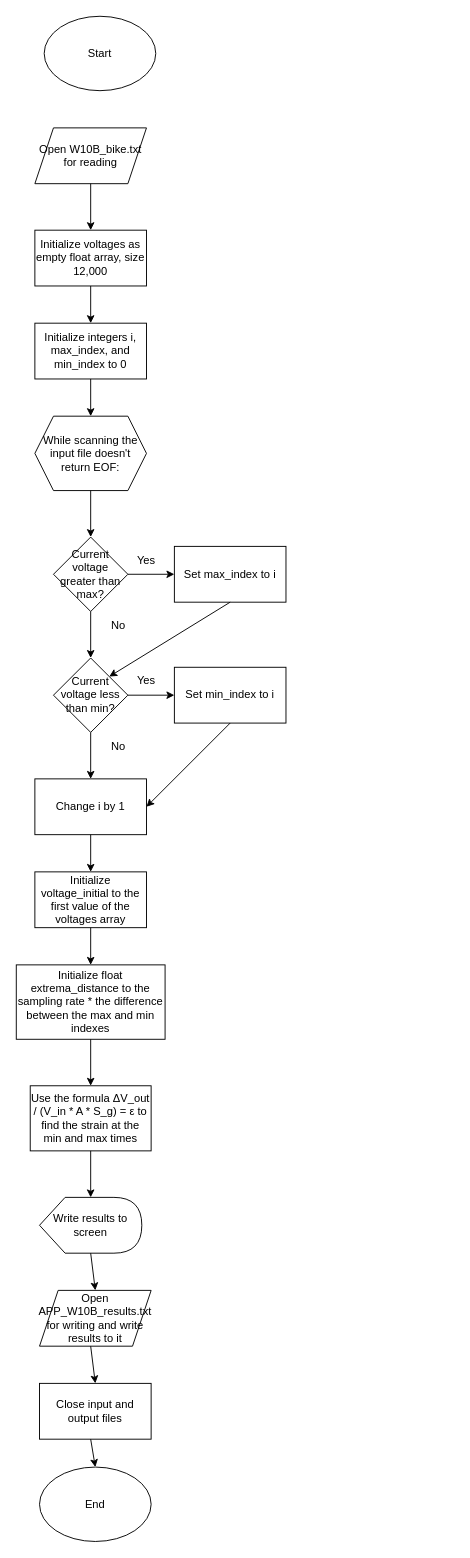
This is APP10-3.drawio from uthw/feh, a draw.io file, before an edit. Source tidied: cells renumbered, new cells numbered last; positions are measured from the earlier drawing's top-left corner, leaving out a move shared by most shapes. Both pictures are drawn from the tidied source at 93%, with x=0, y=0 at pixel (16, 16).
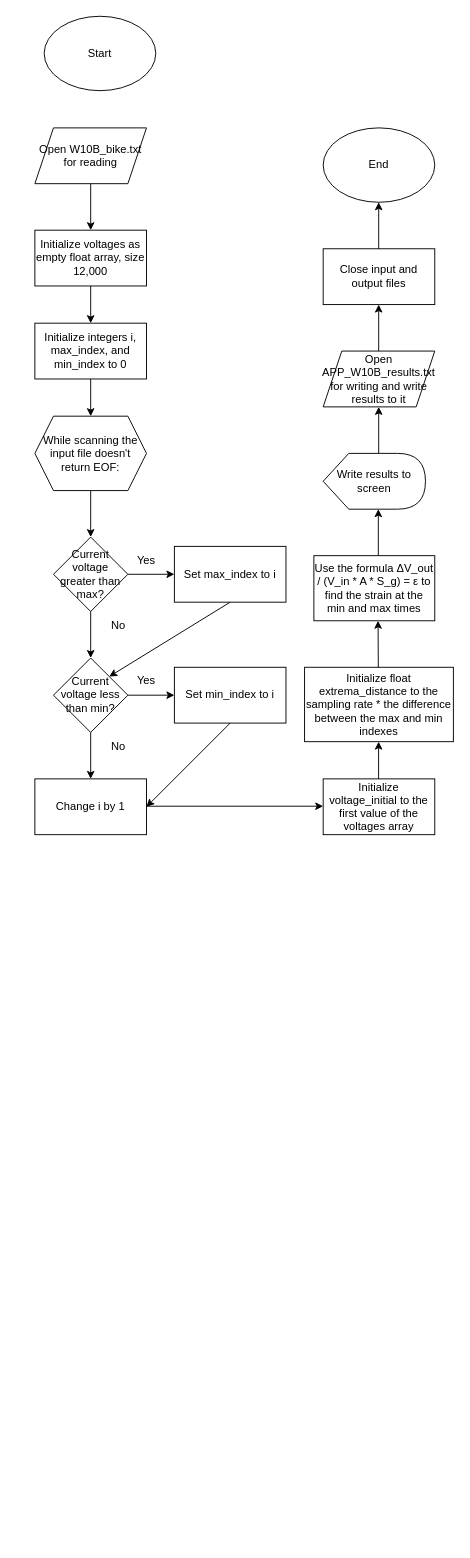
After the change.

The edit, as a diff of the source:
```diff
@@
+    <mxCell id="28" style="endArrow=classic;html=1;rounded=0;" parent="1" edge="1">
+      <mxGeometry relative="1" as="geometry">
+        <mxPoint x="140" y="849.4" as="sourcePoint" />
+        <mxPoint x="330" y="849.4" as="targetPoint" />
+      </mxGeometry>
+    </mxCell>
     <mxCell id="26" value="Initialize voltage_initial to the first value of the voltages array" style="rounded=0;whiteSpace=wrap;html=1;" parent="1" vertex="1">
-      <mxGeometry x="20" y="920" width="120" height="60" as="geometry" />
+      <mxGeometry x="330" y="820" width="120" height="60" as="geometry" />
     </mxCell>
     <mxCell id="27" value="Initialize float extrema_distance to the sampling rate * the difference between the max and min indexes" style="rounded=0;whiteSpace=wrap;html=1;" parent="1" vertex="1">
-      <mxGeometry y="1020" width="160" height="80" as="geometry" />
+      <mxGeometry x="310" y="700" width="160" height="80" as="geometry" />
     </mxCell>
-    <mxCell id="28" style="endArrow=classic;html=1;rounded=0;entryX=0.5;entryY=0;entryDx=0;entryDy=0;" parent="1" edge="1" target="26">
-      <mxGeometry relative="1" as="geometry">
-        <mxPoint x="80" y="880" as="sourcePoint" />
-      </mxGeometry>
-    </mxCell>
-    <mxCell id="29" style="endArrow=classic;html=1;rounded=0;" parent="1" edge="1" target="27">
-      <mxGeometry relative="1" as="geometry">
-        <mxPoint x="80" y="980" as="sourcePoint" />
-      </mxGeometry>
-    </mxCell>
-    <mxCell id="30" style="endArrow=classic;html=1;rounded=0;" parent="1" edge="1">
-      <mxGeometry relative="1" as="geometry">
-        <mxPoint x="80" y="1100" as="sourcePoint" />
-        <mxPoint x="80" y="1150" as="targetPoint" />
-      </mxGeometry>
-    </mxCell>
+    <mxCell id="40" style="endArrow=classic;html=1;rounded=0;" parent="1" edge="1">
+      <mxGeometry relative="1" as="geometry">
+        <mxPoint x="389.6" y="820" as="sourcePoint" />
+        <mxPoint x="389.6" y="780" as="targetPoint" />
+      </mxGeometry>
+    </mxCell>
+    <mxCell id="41" style="endArrow=classic;html=1;rounded=0;" parent="1" edge="1">
+      <mxGeometry relative="1" as="geometry">
+        <mxPoint x="389.3" y="700" as="sourcePoint" />
+        <mxPoint x="389" y="650" as="targetPoint" />
+      </mxGeometry>
+    </mxCell>
     <mxCell id="31" value="Use the formula ΔV_out / (V_in * A * S_g) = ε to find the strain at the min and max times" style="rounded=0;whiteSpace=wrap;html=1;" parent="1" vertex="1">
-      <mxGeometry x="15" y="1150" width="130" height="70" as="geometry" />
+      <mxGeometry x="320" y="580" width="130" height="70" as="geometry" />
     </mxCell>
-    <mxCell id="32" style="endArrow=classic;html=1;rounded=0;" parent="1" edge="1">
-      <mxGeometry relative="1" as="geometry">
-        <mxPoint x="80" y="1220" as="sourcePoint" />
-        <mxPoint x="80" y="1270" as="targetPoint" />
-      </mxGeometry>
-    </mxCell>
+    <mxCell id="42" style="endArrow=classic;html=1;rounded=0;" parent="1" edge="1">
+      <mxGeometry relative="1" as="geometry">
+        <mxPoint x="389.3" y="580" as="sourcePoint" />
+        <mxPoint x="389.3" y="530" as="targetPoint" />
+      </mxGeometry>
+    </mxCell>
     <mxCell id="33" value="Write results to screen" style="shape=display;whiteSpace=wrap;html=1;" parent="1" vertex="1">
-      <mxGeometry x="25" y="1270" width="110" height="60" as="geometry" />
+      <mxGeometry x="330" y="470" width="110" height="60" as="geometry" />
     </mxCell>
     <mxCell id="34" value="Open APP_W10B_results.txt for writing and write results to it" style="shape=parallelogram;perimeter=parallelogramPerimeter;whiteSpace=wrap;html=1;fixedSize=1;" parent="1" vertex="1">
-      <mxGeometry x="25" y="1370" width="120" height="60" as="geometry" />
+      <mxGeometry x="330" y="360" width="120" height="60" as="geometry" />
     </mxCell>
-    <mxCell id="35" style="endArrow=classic;html=1;rounded=0;entryX=0.5;entryY=0;entryDx=0;entryDy=0;" parent="1" edge="1" target="34">
-      <mxGeometry relative="1" as="geometry">
-        <mxPoint x="80" y="1330" as="sourcePoint" />
-      </mxGeometry>
-    </mxCell>
+    <mxCell id="43" style="endArrow=classic;html=1;rounded=0;" parent="1" edge="1">
+      <mxGeometry relative="1" as="geometry">
+        <mxPoint x="389.7" y="470" as="sourcePoint" />
+        <mxPoint x="389.7" y="420" as="targetPoint" />
+      </mxGeometry>
+    </mxCell>
     <mxCell id="36" value="Close input and output files" style="rounded=0;whiteSpace=wrap;html=1;" parent="1" vertex="1">
-      <mxGeometry x="25" y="1470" width="120" height="60" as="geometry" />
+      <mxGeometry x="330" y="250" width="120" height="60" as="geometry" />
     </mxCell>
-    <mxCell id="37" style="endArrow=classic;html=1;rounded=0;entryX=0.5;entryY=0;entryDx=0;entryDy=0;" parent="1" edge="1" target="36">
-      <mxGeometry relative="1" as="geometry">
-        <mxPoint x="80" y="1430" as="sourcePoint" />
-      </mxGeometry>
-    </mxCell>
+    <mxCell id="44" style="endArrow=classic;html=1;rounded=0;" parent="1" edge="1">
+      <mxGeometry relative="1" as="geometry">
+        <mxPoint x="389.7" y="360" as="sourcePoint" />
+        <mxPoint x="389.7" y="310" as="targetPoint" />
+      </mxGeometry>
+    </mxCell>
     <mxCell id="38" value="End" style="ellipse;whiteSpace=wrap;html=1;" parent="1" vertex="1">
-      <mxGeometry x="25" y="1560" width="120" height="80" as="geometry" />
+      <mxGeometry x="330" y="120" width="120" height="80" as="geometry" />
     </mxCell>
-    <mxCell id="39" style="endArrow=classic;html=1;rounded=0;entryX=0.5;entryY=0;entryDx=0;entryDy=0;" parent="1" edge="1" target="38">
-      <mxGeometry relative="1" as="geometry">
-        <mxPoint x="80" y="1530" as="sourcePoint" />
-      </mxGeometry>
-    </mxCell>
+    <mxCell id="45" style="endArrow=classic;html=1;rounded=0;" parent="1" edge="1">
+      <mxGeometry relative="1" as="geometry">
+        <mxPoint x="389.7" y="250" as="sourcePoint" />
+        <mxPoint x="389.7" y="200" as="targetPoint" />
+      </mxGeometry>
+    </mxCell>
```
